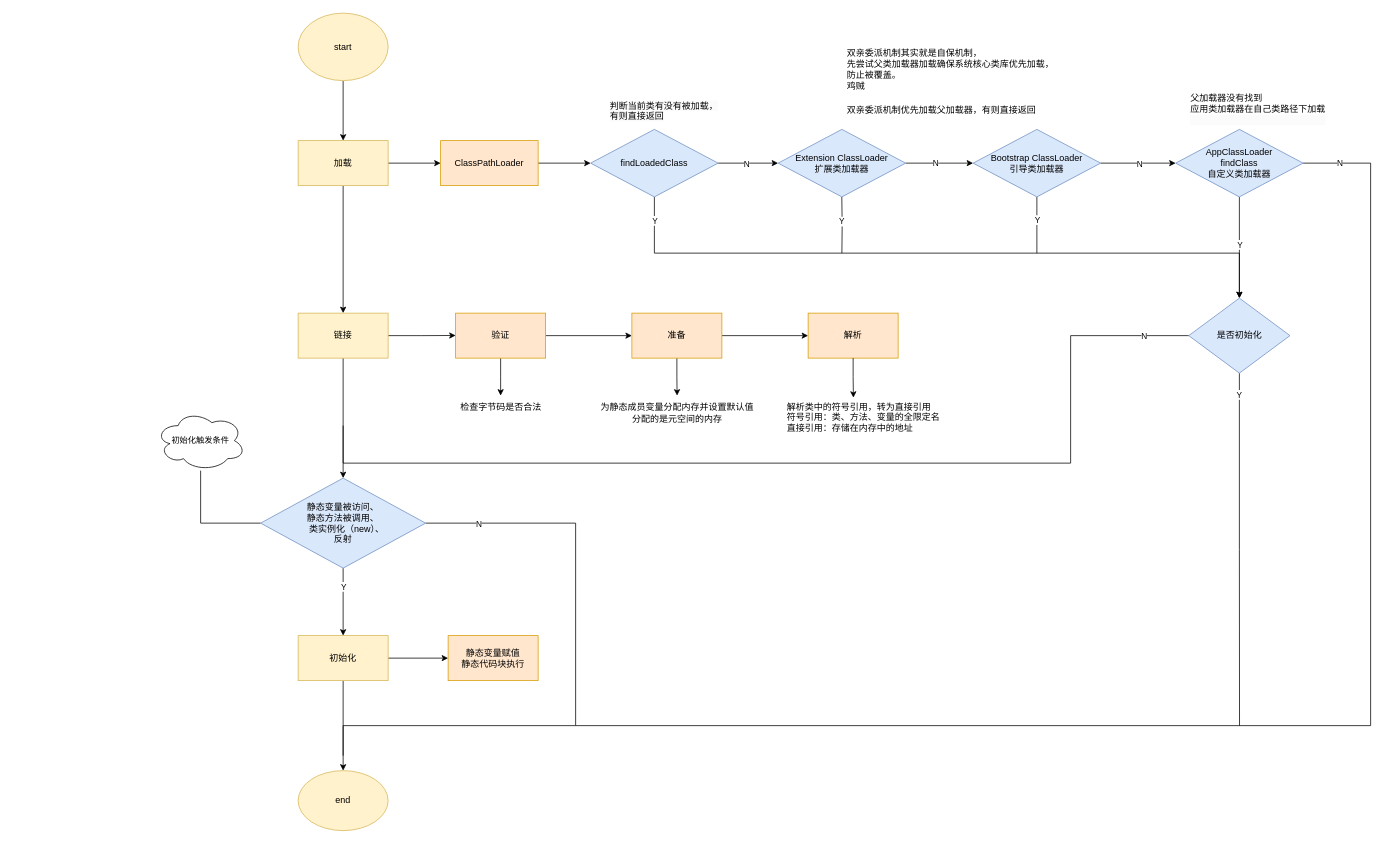
This is java/类加载.drawio from ricezong/oxox_daily, a draw.io file, before an edit. Source tidied: cells renumbered, new cells numbered last; positions are measured from the earlier drawing's top-left corner, leaving out a move shared by most shapes. Both pictures are drawn from the tidied source at 75%, with x=0, y=0 at pixel (155, 13).
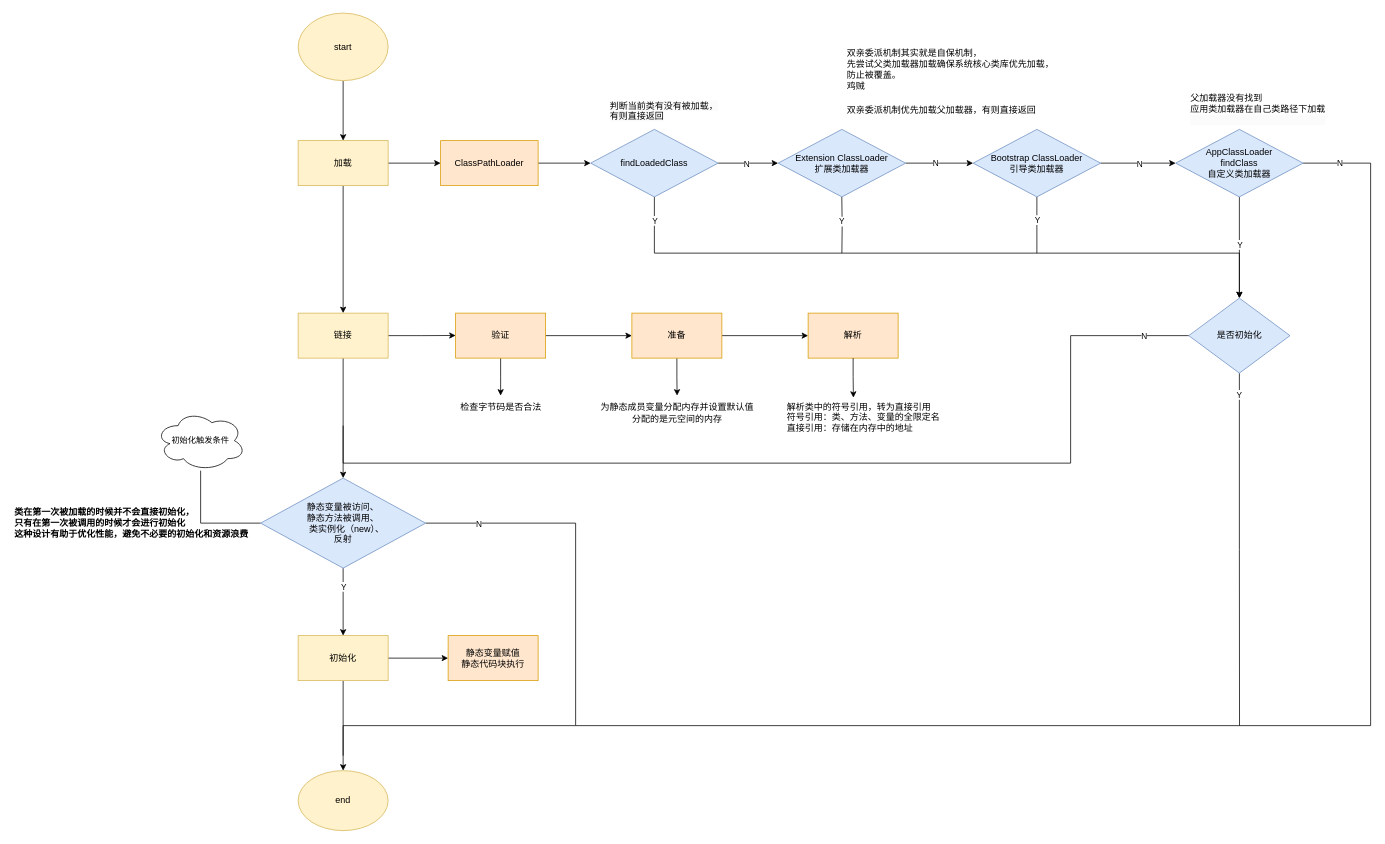
The same diagram, later.

Commit message:
更新类加载.drawio

Diff of the diagram source:
```diff
@@
+    <mxCell id="64" value="类在第一次被加载的时候并不会直接初始化，&lt;div&gt;只有在第一次被调用的时候才会进行初始化&lt;/div&gt;&lt;div&gt;这种设计有助于优化性能，避免不必要的初始化和资源浪费&lt;/div&gt;" style="text;html=1;align=left;verticalAlign=middle;strokeColor=none;fillColor=none;fontStyle=1;" parent="1" vertex="1">
+      <mxGeometry x="-190" y="650" width="340" height="60" as="geometry" />
+    </mxCell>
```
